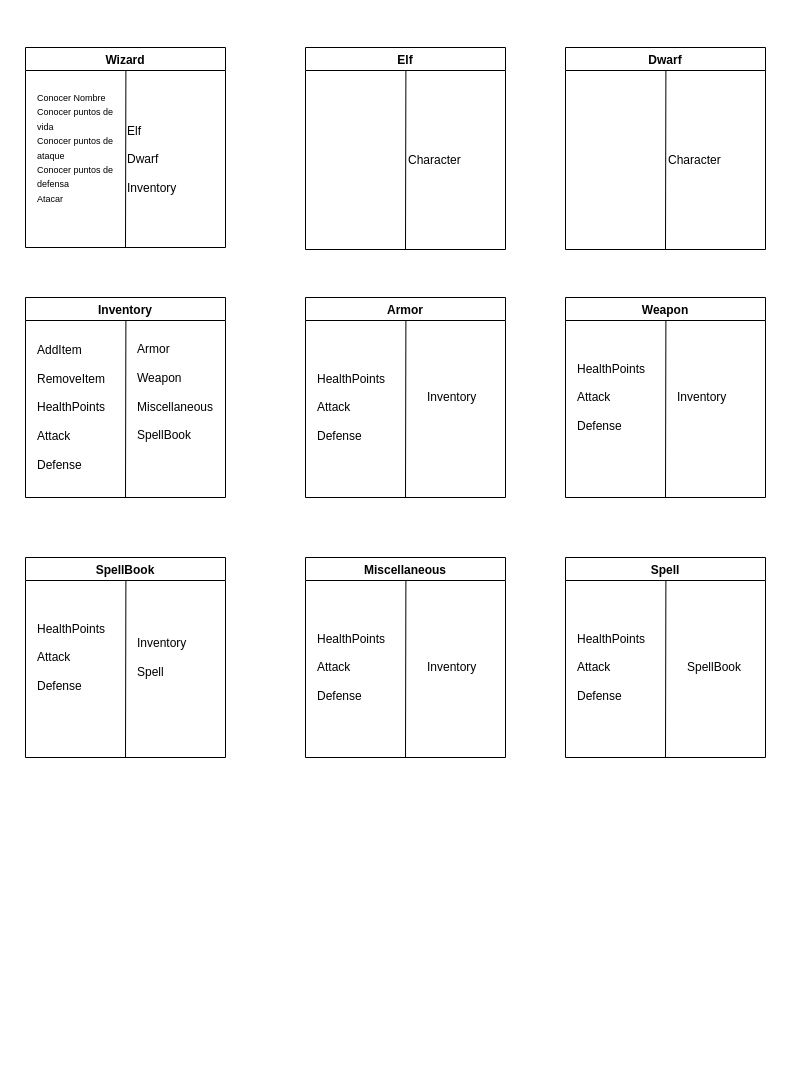
Earlier version of the draw.io diagram Tarjetas CRC.drawio (charlis96/RolePlayGame_1_Start). Source tidied: cells renumbered, new cells numbered last; positions are measured from the earlier drawing's top-left corner, leaving out a move shared by most shapes. Both pictures are drawn from the tidied source at 100%, with x=0, y=0 at pixel (25, 47).
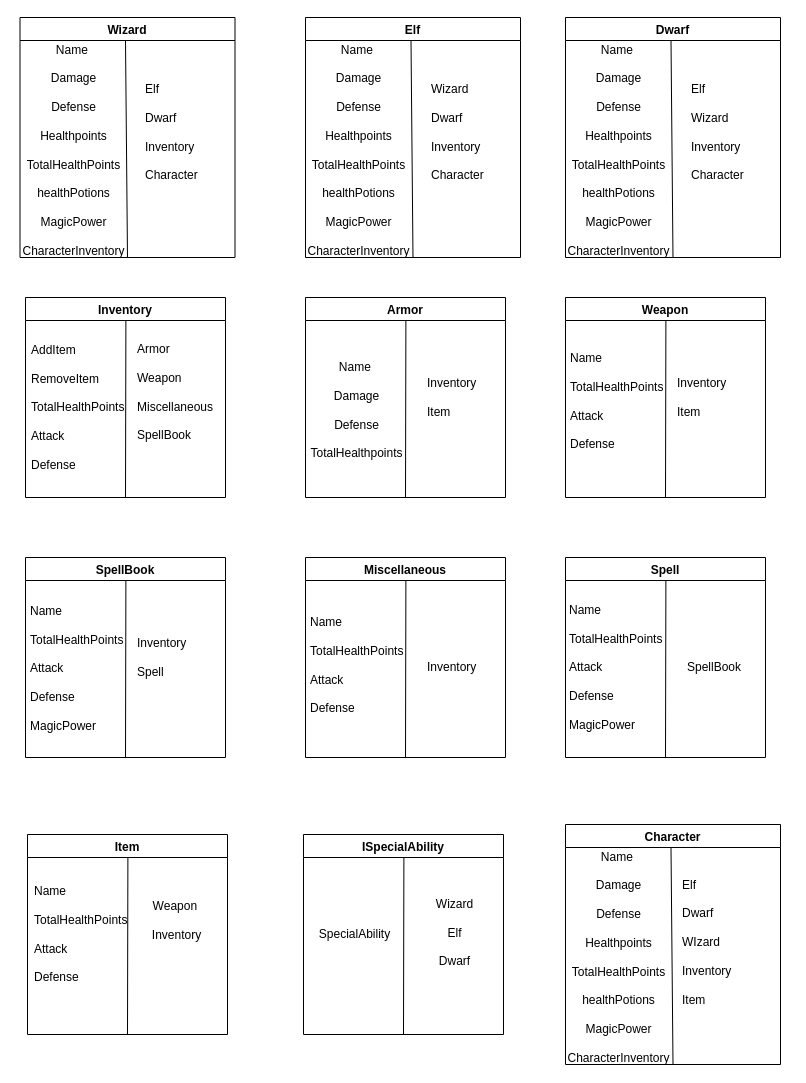
After the change.

The change refers to these unchanged cells:
```xml
<mxCell id="12" value="Inventory" style="swimlane;" parent="1" vertex="1">
  <mxGeometry y="250" width="200" height="200" as="geometry" />
</mxCell>
<mxCell id="16" value="Armor" style="swimlane;" parent="1" vertex="1">
  <mxGeometry x="280" y="250" width="200" height="200" as="geometry" />
</mxCell>
<mxCell id="20" value="Weapon" style="swimlane;" parent="1" vertex="1">
  <mxGeometry x="540" y="250" width="200" height="200" as="geometry" />
</mxCell>
<mxCell id="24" value="SpellBook" style="swimlane;" parent="1" vertex="1">
  <mxGeometry y="510" width="200" height="200" as="geometry" />
</mxCell>
<mxCell id="28" value="Miscellaneous" style="swimlane;" parent="1" vertex="1">
  <mxGeometry x="280" y="510" width="200" height="200" as="geometry" />
</mxCell>
<mxCell id="32" value="Spell" style="swimlane;" parent="1" vertex="1">
  <mxGeometry x="540" y="510" width="200" height="200" as="geometry" />
</mxCell>
```

The edit, as a diff of the source:
```diff
@@
     <mxCell id="2" value="Wizard" style="swimlane;" parent="1" vertex="1">
-      <mxGeometry width="200" height="200" as="geometry" />
+      <mxGeometry x="-5.5" y="-30" width="215" height="240" as="geometry" />
     </mxCell>
-    <mxCell id="3" value="Elf&lt;br&gt;&lt;br&gt;Dwarf&lt;br&gt;&lt;br&gt;Inventory" style="text;html=1;strokeColor=none;fillColor=none;align=left;verticalAlign=middle;whiteSpace=wrap;rounded=0;" parent="2" vertex="1">
-      <mxGeometry x="100" y="23" width="100" height="177" as="geometry" />
+    <mxCell id="3" value="Elf&lt;br&gt;&lt;br&gt;Dwarf&lt;br&gt;&lt;br&gt;Inventory&lt;br&gt;&lt;br&gt;Character" style="text;html=1;strokeColor=none;fillColor=none;align=left;verticalAlign=middle;whiteSpace=wrap;rounded=0;" parent="2" vertex="1">
+      <mxGeometry x="123.5" y="26" width="100" height="177" as="geometry" />
     </mxCell>
-    <mxCell id="4" value="&lt;font style=&quot;font-size: 9px&quot;&gt;Conocer Nombre&lt;br&gt;Conocer puntos de vida&lt;br&gt;Conocer puntos de ataque&lt;br&gt;Conocer puntos de defensa&lt;br&gt;Atacar&lt;/font&gt;" style="text;html=1;strokeColor=none;fillColor=none;align=left;verticalAlign=middle;whiteSpace=wrap;rounded=0;" parent="2" vertex="1">
-      <mxGeometry x="10" y="40" width="80" height="120" as="geometry" />
-    </mxCell>
+    <mxCell id="36" value="Name&amp;nbsp;&lt;br&gt;&lt;br&gt;Damage&lt;br&gt;&lt;br&gt;Defense&lt;br&gt;&lt;br&gt;Healthpoints&lt;br&gt;&lt;br&gt;TotalHealthPoints&lt;br&gt;&lt;br&gt;healthPotions&lt;br&gt;&lt;br&gt;MagicPower&lt;br&gt;&lt;br&gt;CharacterInventory" style="text;html=1;align=center;verticalAlign=middle;strokeColor=none;fillColor=none;" parent="2" vertex="1">
+      <mxGeometry x="-3" y="26" width="112" height="214" as="geometry" />
+    </mxCell>
-    <mxCell id="5" style="endArrow=none;html=1;exitX=0.5;exitY=1;exitDx=0;exitDy=0;entryX=0.502;entryY=0.115;entryDx=0;entryDy=0;entryPerimeter=0;" parent="1" edge="1" source="2" target="2">
-      <mxGeometry relative="1" as="geometry" />
+    <mxCell id="5" style="endArrow=none;html=1;exitX=0.5;exitY=1;exitDx=0;exitDy=0;" parent="2" edge="1" source="2">
+      <mxGeometry relative="1" as="geometry">
+        <mxPoint x="105.5" y="23" as="targetPoint" />
+      </mxGeometry>
     </mxCell>
-    <mxCell id="6" value="Elf" style="swimlane;" parent="1" vertex="1">
-      <mxGeometry x="280" width="200" height="202" as="geometry" />
-    </mxCell>
-    <mxCell id="7" value="Character" style="text;html=1;strokeColor=none;fillColor=none;align=left;verticalAlign=middle;whiteSpace=wrap;rounded=0;" parent="6" vertex="1">
-      <mxGeometry x="101" y="23" width="99" height="179" as="geometry" />
-    </mxCell>
-    <mxCell id="8" style="endArrow=none;html=1;exitX=0.5;exitY=1;exitDx=0;exitDy=0;entryX=0.502;entryY=0.115;entryDx=0;entryDy=0;entryPerimeter=0;" parent="1" edge="1" source="6" target="6">
-      <mxGeometry relative="1" as="geometry" />
-    </mxCell>
-    <mxCell id="9" value="Dwarf" style="swimlane;startSize=23;" parent="1" vertex="1">
-      <mxGeometry x="540" width="200" height="202" as="geometry" />
-    </mxCell>
-    <mxCell id="10" value="Character" style="text;html=1;strokeColor=none;fillColor=none;align=left;verticalAlign=middle;whiteSpace=wrap;rounded=0;" parent="9" vertex="1">
-      <mxGeometry x="101" y="23" width="99" height="179" as="geometry" />
-    </mxCell>
-    <mxCell id="11" style="endArrow=none;html=1;exitX=0.5;exitY=1;exitDx=0;exitDy=0;entryX=0.502;entryY=0.115;entryDx=0;entryDy=0;entryPerimeter=0;" parent="1" edge="1" source="9" target="9">
-      <mxGeometry relative="1" as="geometry" />
-    </mxCell>
@@
-    <mxCell id="14" value="AddItem&lt;br&gt;&lt;br&gt;RemoveItem&lt;br&gt;&lt;br&gt;HealthPoints&lt;br&gt;&lt;br&gt;Attack&lt;br&gt;&lt;br&gt;Defense" style="text;html=1;strokeColor=none;fillColor=none;align=left;verticalAlign=middle;whiteSpace=wrap;rounded=0;" parent="12" vertex="1">
-      <mxGeometry x="10" y="40" width="70" height="140" as="geometry" />
+    <mxCell id="14" value="AddItem&lt;br&gt;&lt;br&gt;RemoveItem&lt;br&gt;&lt;br&gt;TotalHealthPoints&lt;br&gt;&lt;br&gt;Attack&lt;br&gt;&lt;br&gt;Defense" style="text;html=1;strokeColor=none;fillColor=none;align=left;verticalAlign=middle;whiteSpace=wrap;rounded=0;" parent="12" vertex="1">
+      <mxGeometry x="4" y="40" width="70" height="140" as="geometry" />
     </mxCell>
@@
-    <mxCell id="17" value="HealthPoints&lt;br&gt;&lt;br&gt;Attack&lt;br&gt;&lt;br&gt;Defense" style="text;html=1;strokeColor=none;fillColor=none;align=left;verticalAlign=middle;whiteSpace=wrap;rounded=0;" parent="16" vertex="1">
-      <mxGeometry x="10" y="60" width="70" height="100" as="geometry" />
-    </mxCell>
-    <mxCell id="18" value="Inventory" style="text;html=1;strokeColor=none;fillColor=none;align=left;verticalAlign=middle;whiteSpace=wrap;rounded=0;" parent="16" vertex="1">
+    <mxCell id="18" value="Inventory&lt;br&gt;&lt;br&gt;Item" style="text;html=1;strokeColor=none;fillColor=none;align=left;verticalAlign=middle;whiteSpace=wrap;rounded=0;" parent="16" vertex="1">
       <mxGeometry x="120" y="72.5" width="70" height="55" as="geometry" />
     </mxCell>
+    <mxCell id="37" value="Name&amp;nbsp;&lt;br&gt;&lt;br&gt;Damage&lt;br&gt;&lt;br&gt;Defense&lt;br&gt;&lt;br&gt;TotalHealthpoints" style="text;html=1;align=center;verticalAlign=middle;strokeColor=none;fillColor=none;" parent="16" vertex="1">
+      <mxGeometry y="62" width="102" height="102" as="geometry" />
+    </mxCell>
@@
-    <mxCell id="21" value="HealthPoints&lt;br&gt;&lt;br&gt;Attack&lt;br&gt;&lt;br&gt;Defense" style="text;html=1;strokeColor=none;fillColor=none;align=left;verticalAlign=middle;whiteSpace=wrap;rounded=0;" parent="20" vertex="1">
-      <mxGeometry x="10" y="50" width="70" height="100" as="geometry" />
+    <mxCell id="21" value="Name&lt;br&gt;&lt;br&gt;TotalHealthPoints&lt;br&gt;&lt;br&gt;Attack&lt;br&gt;&lt;br&gt;Defense" style="text;html=1;strokeColor=none;fillColor=none;align=left;verticalAlign=middle;whiteSpace=wrap;rounded=0;" parent="20" vertex="1">
+      <mxGeometry x="3" y="54" width="70" height="100" as="geometry" />
     </mxCell>
-    <mxCell id="22" value="Inventory" style="text;html=1;strokeColor=none;fillColor=none;align=left;verticalAlign=middle;whiteSpace=wrap;rounded=0;" parent="20" vertex="1">
+    <mxCell id="22" value="Inventory&lt;br&gt;&lt;br&gt;Item" style="text;html=1;strokeColor=none;fillColor=none;align=left;verticalAlign=middle;whiteSpace=wrap;rounded=0;" parent="20" vertex="1">
       <mxGeometry x="110" y="72.5" width="70" height="55" as="geometry" />
     </mxCell>
@@
-    <mxCell id="25" value="HealthPoints&lt;br&gt;&lt;br&gt;Attack&lt;br&gt;&lt;br&gt;Defense" style="text;html=1;strokeColor=none;fillColor=none;align=left;verticalAlign=middle;whiteSpace=wrap;rounded=0;" parent="24" vertex="1">
-      <mxGeometry x="10" y="50" width="70" height="100" as="geometry" />
-    </mxCell>
@@
+    <mxCell id="38" value="Name&lt;br&gt;&lt;br&gt;TotalHealthPoints&lt;br&gt;&lt;br&gt;Attack&lt;br&gt;&lt;br&gt;Defense&lt;br&gt;&lt;br&gt;MagicPower" style="text;html=1;strokeColor=none;fillColor=none;align=left;verticalAlign=middle;whiteSpace=wrap;rounded=0;" parent="24" vertex="1">
+      <mxGeometry x="3" y="61" width="70" height="100" as="geometry" />
+    </mxCell>
@@
-    <mxCell id="29" value="HealthPoints&lt;br&gt;&lt;br&gt;Attack&lt;br&gt;&lt;br&gt;Defense" style="text;html=1;strokeColor=none;fillColor=none;align=left;verticalAlign=middle;whiteSpace=wrap;rounded=0;" parent="28" vertex="1">
-      <mxGeometry x="10" y="60" width="70" height="100" as="geometry" />
+    <mxCell id="29" value="Name&lt;br&gt;&lt;br&gt;TotalHealthPoints&lt;br&gt;&lt;br&gt;Attack&lt;br&gt;&lt;br&gt;Defense" style="text;html=1;strokeColor=none;fillColor=none;align=left;verticalAlign=middle;whiteSpace=wrap;rounded=0;" parent="28" vertex="1">
+      <mxGeometry x="3" y="58" width="70" height="100" as="geometry" />
     </mxCell>
@@
-    <mxCell id="33" value="HealthPoints&lt;br&gt;&lt;br&gt;Attack&lt;br&gt;&lt;br&gt;Defense" style="text;html=1;strokeColor=none;fillColor=none;align=left;verticalAlign=middle;whiteSpace=wrap;rounded=0;" parent="32" vertex="1">
-      <mxGeometry x="10" y="60" width="70" height="100" as="geometry" />
+    <mxCell id="33" value="Name&lt;br&gt;&lt;br&gt;TotalHealthPoints&lt;br&gt;&lt;br&gt;Attack&lt;br&gt;&lt;br&gt;Defense&lt;br&gt;&lt;br&gt;MagicPower" style="text;html=1;strokeColor=none;fillColor=none;align=left;verticalAlign=middle;whiteSpace=wrap;rounded=0;" parent="32" vertex="1">
+      <mxGeometry x="2" y="60" width="70" height="100" as="geometry" />
     </mxCell>
@@
+    <mxCell id="39" value="Item" style="swimlane;startSize=23;" parent="1" vertex="1">
+      <mxGeometry x="2" y="787" width="200" height="200" as="geometry" />
+    </mxCell>
+    <mxCell id="40" value="Weapon&amp;nbsp;&lt;br&gt;&lt;br&gt;Inventory" style="text;html=1;align=center;verticalAlign=middle;strokeColor=none;fillColor=none;" parent="39" vertex="1">
+      <mxGeometry x="119" y="63" width="59" height="46" as="geometry" />
+    </mxCell>
+    <mxCell id="41" value="Name&lt;br&gt;&lt;br&gt;TotalHealthPoints&lt;br&gt;&lt;br&gt;Attack&lt;br&gt;&lt;br&gt;Defense" style="text;html=1;strokeColor=none;fillColor=none;align=left;verticalAlign=middle;whiteSpace=wrap;rounded=0;" parent="39" vertex="1">
+      <mxGeometry x="5" y="50" width="70" height="100" as="geometry" />
+    </mxCell>
+    <mxCell id="42" style="endArrow=none;html=1;exitX=0.5;exitY=1;exitDx=0;exitDy=0;entryX=0.502;entryY=0.115;entryDx=0;entryDy=0;entryPerimeter=0;" parent="1" edge="1" source="39" target="39">
+      <mxGeometry relative="1" as="geometry" />
+    </mxCell>
+    <mxCell id="43" value="ISpecialAbility" style="swimlane;" parent="1" vertex="1">
+      <mxGeometry x="278" y="787" width="200" height="200" as="geometry" />
+    </mxCell>
+    <mxCell id="44" value="&amp;nbsp;&lt;br&gt;Wizard&lt;br&gt;&lt;br&gt;Elf&lt;br&gt;&lt;br&gt;Dwarf" style="text;html=1;align=center;verticalAlign=middle;strokeColor=none;fillColor=none;" parent="43" vertex="1">
+      <mxGeometry x="127" y="47" width="47" height="88" as="geometry" />
+    </mxCell>
+    <mxCell id="45" value="SpecialAbility" style="text;html=1;align=center;verticalAlign=middle;strokeColor=none;fillColor=none;" parent="43" vertex="1">
+      <mxGeometry x="10" y="91" width="81" height="18" as="geometry" />
+    </mxCell>
+    <mxCell id="46" style="endArrow=none;html=1;exitX=0.5;exitY=1;exitDx=0;exitDy=0;entryX=0.502;entryY=0.115;entryDx=0;entryDy=0;entryPerimeter=0;" parent="1" edge="1" source="43" target="43">
+      <mxGeometry relative="1" as="geometry" />
+    </mxCell>
+    <mxCell id="6" value="Elf" style="swimlane;" parent="1" vertex="1">
+      <mxGeometry x="280" y="-30" width="215" height="240" as="geometry" />
+    </mxCell>
+    <mxCell id="47" value="Wizard&lt;br&gt;&lt;br&gt;Dwarf&lt;br&gt;&lt;br&gt;Inventory&lt;br&gt;&lt;br&gt;Character" style="text;html=1;strokeColor=none;fillColor=none;align=left;verticalAlign=middle;whiteSpace=wrap;rounded=0;" parent="6" vertex="1">
+      <mxGeometry x="123.5" y="26" width="100" height="177" as="geometry" />
+    </mxCell>
+    <mxCell id="48" value="Name&amp;nbsp;&lt;br&gt;&lt;br&gt;Damage&lt;br&gt;&lt;br&gt;Defense&lt;br&gt;&lt;br&gt;Healthpoints&lt;br&gt;&lt;br&gt;TotalHealthPoints&lt;br&gt;&lt;br&gt;healthPotions&lt;br&gt;&lt;br&gt;MagicPower&lt;br&gt;&lt;br&gt;CharacterInventory" style="text;html=1;align=center;verticalAlign=middle;strokeColor=none;fillColor=none;" parent="6" vertex="1">
+      <mxGeometry x="-3" y="26" width="112" height="214" as="geometry" />
+    </mxCell>
+    <mxCell id="49" style="endArrow=none;html=1;exitX=0.5;exitY=1;exitDx=0;exitDy=0;" parent="6" edge="1" source="6">
+      <mxGeometry relative="1" as="geometry">
+        <mxPoint x="105.5" y="23" as="targetPoint" />
+      </mxGeometry>
+    </mxCell>
+    <mxCell id="9" value="Dwarf" style="swimlane;" parent="1" vertex="1">
+      <mxGeometry x="540" y="-30" width="215" height="240" as="geometry" />
+    </mxCell>
+    <mxCell id="50" value="Elf&lt;br&gt;&lt;br&gt;Wizard&lt;br&gt;&lt;br&gt;Inventory&lt;br&gt;&lt;br&gt;Character" style="text;html=1;strokeColor=none;fillColor=none;align=left;verticalAlign=middle;whiteSpace=wrap;rounded=0;" parent="9" vertex="1">
+      <mxGeometry x="123.5" y="26" width="100" height="177" as="geometry" />
+    </mxCell>
+    <mxCell id="51" value="Name&amp;nbsp;&lt;br&gt;&lt;br&gt;Damage&lt;br&gt;&lt;br&gt;Defense&lt;br&gt;&lt;br&gt;Healthpoints&lt;br&gt;&lt;br&gt;TotalHealthPoints&lt;br&gt;&lt;br&gt;healthPotions&lt;br&gt;&lt;br&gt;MagicPower&lt;br&gt;&lt;br&gt;CharacterInventory" style="text;html=1;align=center;verticalAlign=middle;strokeColor=none;fillColor=none;" parent="9" vertex="1">
+      <mxGeometry x="-3" y="26" width="112" height="214" as="geometry" />
+    </mxCell>
+    <mxCell id="52" style="endArrow=none;html=1;exitX=0.5;exitY=1;exitDx=0;exitDy=0;" parent="9" edge="1" source="9">
+      <mxGeometry relative="1" as="geometry">
+        <mxPoint x="105.5" y="23" as="targetPoint" />
+      </mxGeometry>
+    </mxCell>
+    <mxCell id="53" value="Character" style="swimlane;" parent="1" vertex="1">
+      <mxGeometry x="540" y="777" width="215" height="240" as="geometry" />
+    </mxCell>
+    <mxCell id="54" value="Elf&lt;br&gt;&lt;br&gt;Dwarf&lt;br&gt;&lt;br&gt;WIzard&lt;br&gt;&lt;br&gt;Inventory&lt;br&gt;&lt;br&gt;Item&lt;br&gt;&lt;br&gt;" style="text;html=1;strokeColor=none;fillColor=none;align=left;verticalAlign=middle;whiteSpace=wrap;rounded=0;" parent="53" vertex="1">
+      <mxGeometry x="115" y="36" width="100" height="177" as="geometry" />
+    </mxCell>
+    <mxCell id="55" value="Name&amp;nbsp;&lt;br&gt;&lt;br&gt;Damage&lt;br&gt;&lt;br&gt;Defense&lt;br&gt;&lt;br&gt;Healthpoints&lt;br&gt;&lt;br&gt;TotalHealthPoints&lt;br&gt;&lt;br&gt;healthPotions&lt;br&gt;&lt;br&gt;MagicPower&lt;br&gt;&lt;br&gt;CharacterInventory" style="text;html=1;align=center;verticalAlign=middle;strokeColor=none;fillColor=none;" parent="53" vertex="1">
+      <mxGeometry x="-3" y="26" width="112" height="214" as="geometry" />
+    </mxCell>
+    <mxCell id="56" style="endArrow=none;html=1;exitX=0.5;exitY=1;exitDx=0;exitDy=0;" parent="53" edge="1" source="53">
+      <mxGeometry relative="1" as="geometry">
+        <mxPoint x="105.5" y="23" as="targetPoint" />
+      </mxGeometry>
+    </mxCell>
```
